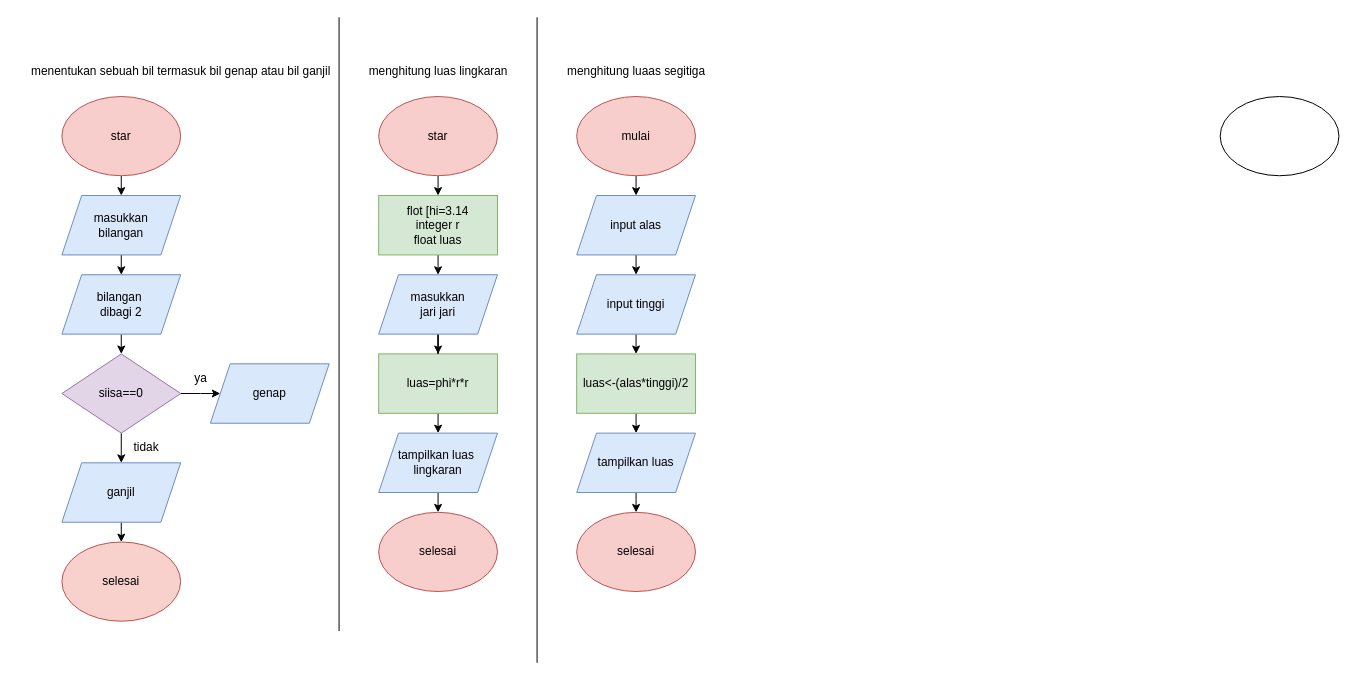
Above: Untitled Diagram.drawio in Zofita07/Algo_C_23241085 (draw.io), before the change. Source tidied: cells renumbered, new cells numbered last; positions are measured from the earlier drawing's top-left corner, leaving out a move shared by most shapes. Both pictures are drawn from the tidied source at 99%, with x=0, y=0 at pixel (17, 17).
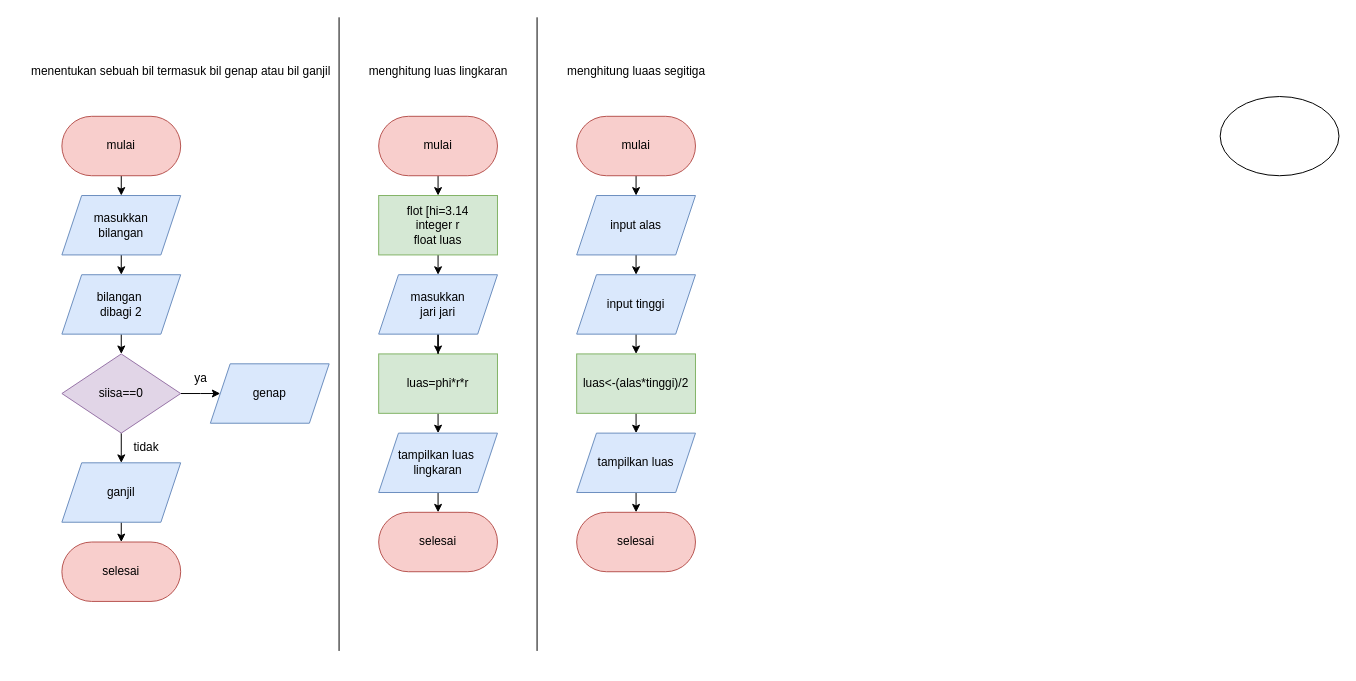
Above is the later version.

Change to the diagram source:
```diff
@@
-    <mxCell id="2" style="edgeStyle=orthogonalEdgeStyle;rounded=0;jettySize=auto;html=1;" parent="1" edge="1" source="3">
+    <mxCell id="2" style="edgeStyle=orthogonalEdgeStyle;rounded=0;orthogonalLoop=1;jettySize=auto;html=1;" parent="1" edge="1">
       <mxGeometry relative="1" as="geometry">
+        <mxPoint x="105" y="160" as="sourcePoint" />
         <mxPoint x="105" y="180" as="targetPoint" />
       </mxGeometry>
     </mxCell>
-    <mxCell id="3" value="star" style="ellipse;whiteSpace=wrap;html=1;fillColor=#f8cecc;strokeColor=#b85450;" parent="1" vertex="1">
-      <mxGeometry x="45" y="80" width="120" height="80" as="geometry" />
-    </mxCell>
@@
-    <mxCell id="16" value="selesai" style="ellipse;whiteSpace=wrap;html=1;fillColor=#f8d0cc;strokeColor=#b85450;" parent="1" vertex="1">
-      <mxGeometry x="45" y="530" width="120" height="80" as="geometry" />
-    </mxCell>
     <mxCell id="17" style="endArrow=none;html=1;rounded=0;" parent="1" edge="1">
       <mxGeometry relative="1" as="geometry">
-        <mxPoint x="325" y="620" as="sourcePoint" />
+        <mxPoint x="325" y="640" as="sourcePoint" />
         <mxPoint x="325" as="targetPoint" />
       </mxGeometry>
     </mxCell>
@@
-    <mxCell id="20" style="edgeStyle=orthogonalEdgeStyle;rounded=0;jettySize=auto;html=1;exitX=0.5;exitY=1;exitDx=0;exitDy=0;" parent="1" edge="1" source="21">
+    <mxCell id="20" style="edgeStyle=orthogonalEdgeStyle;rounded=0;orthogonalLoop=1;jettySize=auto;html=1;exitX=0.5;exitY=1;exitDx=0;exitDy=0;" parent="1" edge="1">
       <mxGeometry relative="1" as="geometry">
+        <mxPoint x="425" y="160" as="sourcePoint" />
         <mxPoint x="425" y="180" as="targetPoint" />
       </mxGeometry>
     </mxCell>
-    <mxCell id="21" value="star" style="ellipse;whiteSpace=wrap;html=1;fillColor=#f8cecc;strokeColor=#b85450;" parent="1" vertex="1">
-      <mxGeometry x="365" y="80" width="120" height="80" as="geometry" />
-    </mxCell>
@@
-    <mxCell id="31" value="selesai" style="ellipse;whiteSpace=wrap;html=1;fillColor=#f8cecc;strokeColor=#b85450;" parent="1" vertex="1">
-      <mxGeometry x="365" y="500" width="120" height="80" as="geometry" />
-    </mxCell>
@@
     <mxCell id="33" style="endArrow=none;html=1;rounded=0;" parent="1" edge="1">
       <mxGeometry relative="1" as="geometry">
-        <mxPoint x="525" y="652" as="sourcePoint" />
+        <mxPoint x="525" y="640" as="sourcePoint" />
         <mxPoint x="525" as="targetPoint" />
       </mxGeometry>
     </mxCell>
-    <mxCell id="34" style="edgeStyle=orthogonalEdgeStyle;rounded=0;jettySize=auto;html=1;" parent="1" edge="1" source="35">
+    <mxCell id="34" style="edgeStyle=orthogonalEdgeStyle;rounded=0;orthogonalLoop=1;jettySize=auto;html=1;" parent="1" edge="1">
       <mxGeometry relative="1" as="geometry">
+        <mxPoint x="625" y="160" as="sourcePoint" />
         <mxPoint x="625" y="180" as="targetPoint" />
       </mxGeometry>
     </mxCell>
-    <mxCell id="35" value="mulai" style="ellipse;whiteSpace=wrap;html=1;fillColor=#f8cecc;strokeColor=#b85450;" parent="1" vertex="1">
-      <mxGeometry x="565" y="80" width="120" height="80" as="geometry" />
-    </mxCell>
@@
-    <mxCell id="44" value="selesai" style="ellipse;whiteSpace=wrap;html=1;fillColor=#f8cecc;strokeColor=#b85450;" parent="1" vertex="1">
-      <mxGeometry x="565" y="500" width="120" height="80" as="geometry" />
-    </mxCell>
@@
+    <mxCell id="46" value="selesai" style="rounded=1;whiteSpace=wrap;html=1;arcSize=50;fillColor=#f8cecc;strokeColor=#b85450;" parent="1" vertex="1">
+      <mxGeometry x="45" y="530" width="120" height="60" as="geometry" />
+    </mxCell>
+    <mxCell id="47" value="selesai" style="rounded=1;whiteSpace=wrap;html=1;arcSize=50;fillColor=#f8cecc;strokeColor=#b85450;" parent="1" vertex="1">
+      <mxGeometry x="365" y="500" width="120" height="60" as="geometry" />
+    </mxCell>
+    <mxCell id="48" value="selesai" style="rounded=1;whiteSpace=wrap;html=1;arcSize=50;fillColor=#f8cecc;strokeColor=#b85450;" parent="1" vertex="1">
+      <mxGeometry x="565" y="500" width="120" height="60" as="geometry" />
+    </mxCell>
+    <mxCell id="49" value="mulai" style="rounded=1;whiteSpace=wrap;html=1;arcSize=50;fillColor=#f8cecc;strokeColor=#b85450;" parent="1" vertex="1">
+      <mxGeometry x="45" y="100" width="120" height="60" as="geometry" />
+    </mxCell>
+    <mxCell id="50" value="mulai" style="rounded=1;whiteSpace=wrap;html=1;arcSize=50;fillColor=#f8cecc;strokeColor=#b85450;" parent="1" vertex="1">
+      <mxGeometry x="365" y="100" width="120" height="60" as="geometry" />
+    </mxCell>
+    <mxCell id="51" value="mulai" style="rounded=1;whiteSpace=wrap;html=1;arcSize=50;fillColor=#f8cecc;strokeColor=#b85450;" parent="1" vertex="1">
+      <mxGeometry x="565" y="100" width="120" height="60" as="geometry" />
+    </mxCell>
```
